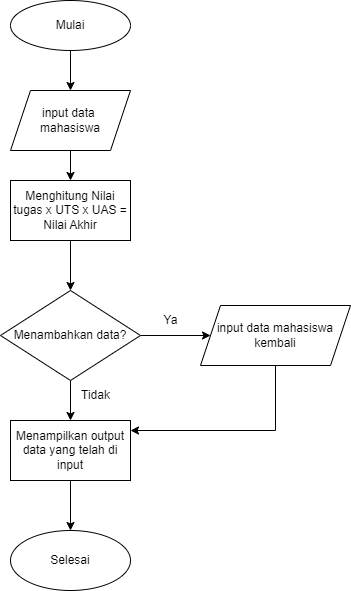
Above: screenshot/flowchartlisttuple.png in afrizalfajrianto/Praktikum-4 (draw.io), before the change. Source tidied: cells renumbered, new cells last; positions are measured from the earlier drawing's top-left corner, leaving out a move shared by most shapes.
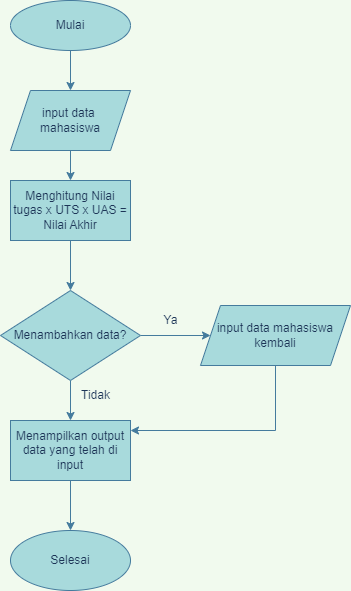
Above is the later version.

Commit message:
Memperbarui Folder screenshoot/

What changed in the source:
```diff
@@ -1,8 +1,8 @@
-<mxGraphModel>
+<mxGraphModel background="#F1FAEE">
   <root>
     <mxCell id="0" />
     <mxCell id="1" parent="0" />
-    <mxCell id="2" style="edgeStyle=orthogonalEdgeStyle;rounded=0;orthogonalLoop=1;jettySize=auto;html=1;" parent="1" edge="1">
+    <mxCell id="2" style="edgeStyle=orthogonalEdgeStyle;rounded=0;orthogonalLoop=1;jettySize=auto;html=1;labelBackgroundColor=#F1FAEE;strokeColor=#457B9D;fontColor=#1D3557;" parent="1" edge="1">
       <mxGeometry relative="1" as="geometry">
         <mxPoint x="70" y="50" as="sourcePoint" />
         <mxPoint x="70" y="90" as="targetPoint" />
@@ -12,31 +12,31 @@
         </Array>
       </mxGeometry>
     </mxCell>
-    <mxCell id="3" style="edgeStyle=orthogonalEdgeStyle;rounded=0;jettySize=auto;html=1;" parent="1" edge="1" source="4" target="14">
+    <mxCell id="3" style="edgeStyle=orthogonalEdgeStyle;rounded=0;jettySize=auto;html=1;labelBackgroundColor=#F1FAEE;strokeColor=#457B9D;fontColor=#1D3557;" parent="1" edge="1" source="4" target="14">
       <mxGeometry relative="1" as="geometry" />
     </mxCell>
-    <mxCell id="4" value="input data&amp;nbsp;&lt;br&gt;mahasiswa" style="shape=parallelogram;perimeter=parallelogramPerimeter;whiteSpace=wrap;html=1;fixedSize=1;" parent="1" vertex="1">
+    <mxCell id="4" value="input data&amp;nbsp;&lt;br&gt;mahasiswa" style="shape=parallelogram;perimeter=parallelogramPerimeter;whiteSpace=wrap;html=1;fixedSize=1;fillColor=#A8DADC;strokeColor=#457B9D;fontColor=#1D3557;" parent="1" vertex="1">
       <mxGeometry x="10" y="90" width="120" height="60" as="geometry" />
     </mxCell>
-    <mxCell id="5" style="edgeStyle=orthogonalEdgeStyle;rounded=0;jettySize=auto;html=1;" parent="1" edge="1" source="7" target="9">
+    <mxCell id="5" style="edgeStyle=orthogonalEdgeStyle;rounded=0;jettySize=auto;html=1;labelBackgroundColor=#F1FAEE;strokeColor=#457B9D;fontColor=#1D3557;" parent="1" edge="1" source="7" target="9">
       <mxGeometry relative="1" as="geometry" />
     </mxCell>
-    <mxCell id="6" style="edgeStyle=orthogonalEdgeStyle;rounded=0;jettySize=auto;html=1;" parent="1" edge="1" source="7" target="12">
+    <mxCell id="6" style="edgeStyle=orthogonalEdgeStyle;rounded=0;jettySize=auto;html=1;labelBackgroundColor=#F1FAEE;strokeColor=#457B9D;fontColor=#1D3557;" parent="1" edge="1" source="7" target="12">
       <mxGeometry relative="1" as="geometry" />
     </mxCell>
-    <mxCell id="7" value="Menambahkan data?" style="rhombus;whiteSpace=wrap;html=1;" parent="1" vertex="1">
+    <mxCell id="7" value="Menambahkan data?" style="rhombus;whiteSpace=wrap;html=1;fillColor=#A8DADC;strokeColor=#457B9D;fontColor=#1D3557;" parent="1" vertex="1">
       <mxGeometry y="290" width="140" height="90" as="geometry" />
     </mxCell>
-    <mxCell id="8" style="edgeStyle=orthogonalEdgeStyle;rounded=0;jettySize=auto;html=1;" parent="1" edge="1" source="9" target="17">
+    <mxCell id="8" style="edgeStyle=orthogonalEdgeStyle;rounded=0;jettySize=auto;html=1;labelBackgroundColor=#F1FAEE;strokeColor=#457B9D;fontColor=#1D3557;" parent="1" edge="1" source="9" target="17">
       <mxGeometry relative="1" as="geometry" />
     </mxCell>
-    <mxCell id="9" value="Menampilkan output data yang telah di input" style="rounded=0;whiteSpace=wrap;html=1;" parent="1" vertex="1">
+    <mxCell id="9" value="Menampilkan output data yang telah di input" style="rounded=0;whiteSpace=wrap;html=1;fillColor=#A8DADC;strokeColor=#457B9D;fontColor=#1D3557;" parent="1" vertex="1">
       <mxGeometry x="10" y="420" width="120" height="60" as="geometry" />
     </mxCell>
-    <mxCell id="10" value="Mulai" style="ellipse;whiteSpace=wrap;html=1;" parent="1" vertex="1">
+    <mxCell id="10" value="Mulai" style="ellipse;whiteSpace=wrap;html=1;fillColor=#A8DADC;strokeColor=#457B9D;fontColor=#1D3557;" parent="1" vertex="1">
       <mxGeometry x="10" width="120" height="50" as="geometry" />
     </mxCell>
-    <mxCell id="11" style="edgeStyle=orthogonalEdgeStyle;jettySize=auto;html=1;rounded=0;exitX=0.75;exitY=1;exitDx=0;exitDy=0;" parent="1" edge="1" source="12" target="9">
+    <mxCell id="11" style="edgeStyle=orthogonalEdgeStyle;jettySize=auto;html=1;rounded=0;exitX=0.75;exitY=1;exitDx=0;exitDy=0;labelBackgroundColor=#F1FAEE;strokeColor=#457B9D;fontColor=#1D3557;" parent="1" edge="1" source="12" target="9">
       <mxGeometry relative="1" as="geometry">
         <Array as="points">
           <mxPoint x="275" y="350" />
@@ -44,22 +44,22 @@
         </Array>
       </mxGeometry>
     </mxCell>
-    <mxCell id="12" value="input data mahasiswa kembali" style="shape=parallelogram;perimeter=parallelogramPerimeter;whiteSpace=wrap;html=1;fixedSize=1;" parent="1" vertex="1">
+    <mxCell id="12" value="input data mahasiswa kembali" style="shape=parallelogram;perimeter=parallelogramPerimeter;whiteSpace=wrap;html=1;fixedSize=1;fillColor=#A8DADC;strokeColor=#457B9D;fontColor=#1D3557;" parent="1" vertex="1">
       <mxGeometry x="200" y="305" width="150" height="60" as="geometry" />
     </mxCell>
-    <mxCell id="13" style="edgeStyle=orthogonalEdgeStyle;rounded=0;jettySize=auto;html=1;" parent="1" edge="1" source="14" target="7">
+    <mxCell id="13" style="edgeStyle=orthogonalEdgeStyle;rounded=0;jettySize=auto;html=1;labelBackgroundColor=#F1FAEE;strokeColor=#457B9D;fontColor=#1D3557;" parent="1" edge="1" source="14" target="7">
       <mxGeometry relative="1" as="geometry" />
     </mxCell>
-    <mxCell id="14" value="Menghitung Nilai tugas x UTS x UAS = Nilai Akhir" style="whiteSpace=wrap;html=1;" parent="1" vertex="1">
+    <mxCell id="14" value="Menghitung Nilai tugas x UTS x UAS = Nilai Akhir" style="whiteSpace=wrap;html=1;fillColor=#A8DADC;strokeColor=#457B9D;fontColor=#1D3557;" parent="1" vertex="1">
       <mxGeometry x="10" y="180" width="120" height="60" as="geometry" />
     </mxCell>
-    <mxCell id="15" value="Ya" style="text;html=1;align=center;verticalAlign=middle;strokeColor=none;fillColor=none;" parent="1" vertex="1">
+    <mxCell id="15" value="Ya" style="text;html=1;align=center;verticalAlign=middle;strokeColor=none;fillColor=none;fontColor=#1D3557;" parent="1" vertex="1">
       <mxGeometry x="150" y="305" width="40" height="30" as="geometry" />
     </mxCell>
-    <mxCell id="16" value="Tidak" style="text;html=1;align=center;verticalAlign=middle;strokeColor=none;fillColor=none;" parent="1" vertex="1">
+    <mxCell id="16" value="Tidak" style="text;html=1;align=center;verticalAlign=middle;strokeColor=none;fillColor=none;fontColor=#1D3557;" parent="1" vertex="1">
       <mxGeometry x="70" y="380" width="50" height="30" as="geometry" />
     </mxCell>
-    <mxCell id="17" value="Selesai" style="ellipse;whiteSpace=wrap;html=1;rounded=0;" parent="1" vertex="1">
+    <mxCell id="17" value="Selesai" style="ellipse;whiteSpace=wrap;html=1;rounded=0;fillColor=#A8DADC;strokeColor=#457B9D;fontColor=#1D3557;" parent="1" vertex="1">
       <mxGeometry x="10" y="530" width="120" height="60" as="geometry" />
     </mxCell>
   </root>
```
